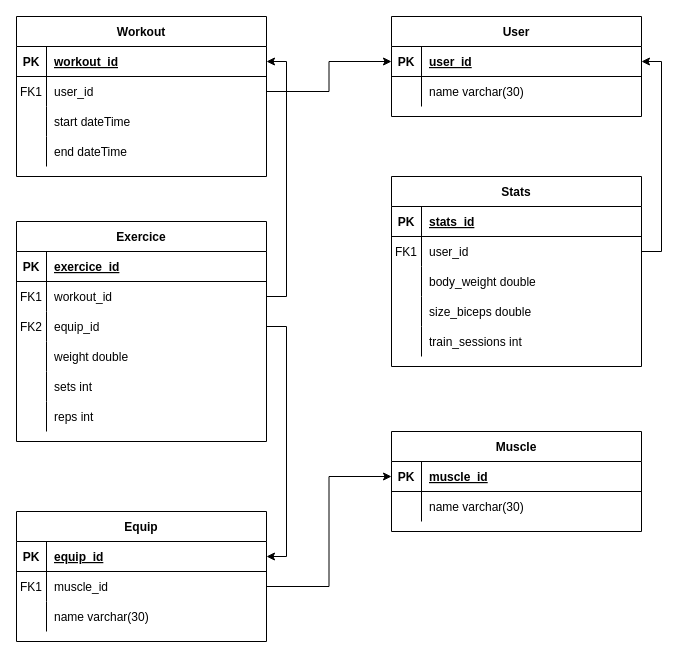
Before: fitty.drawio in floriangramsch/Fitty, a draw.io diagram. Source tidied: cells renumbered, new cells numbered last; positions are measured from the earlier drawing's top-left corner, leaving out a move shared by most shapes. Both pictures are drawn from the tidied source at 100%, with x=0, y=0 at pixel (16, 16).
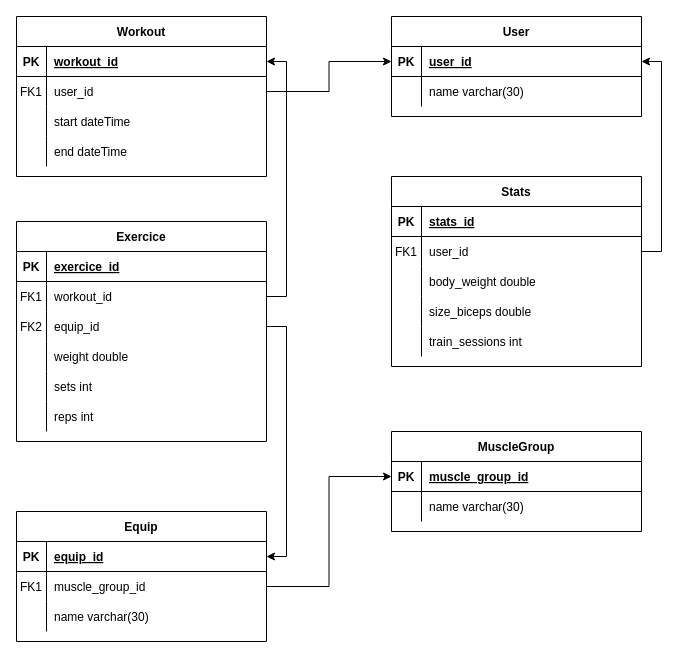
The same diagram, later.

The change refers to these unchanged cells:
```xml
<mxCell id="6" style="shape=partialRectangle;fillColor=none;points=[[0,0.5],[1,0.5]];portConstraint=eastwest;top=0;left=0;right=0;bottom=0;" parent="2" vertex="1">
  <mxGeometry y="60" width="250" height="30" as="geometry" />
</mxCell>
<mxCell id="73" style="shape=partialRectangle;fillColor=none;points=[[0,0.5],[1,0.5]];portConstraint=eastwest;top=0;left=0;right=0;bottom=1;" parent="72" vertex="1">
  <mxGeometry y="30" width="250" height="30" as="geometry" />
</mxCell>
```

The edit, as a diff of the source:
```diff
@@
-    <mxCell id="8" value="muscle_id" style="shape=partialRectangle;overflow=hidden;fillColor=none;top=0;left=0;bottom=0;right=0;align=left;spacingLeft=6;" parent="6" vertex="1">
+    <mxCell id="8" value="muscle_group_id" style="shape=partialRectangle;overflow=hidden;fillColor=none;top=0;left=0;bottom=0;right=0;align=left;spacingLeft=6;" parent="6" vertex="1">
       <mxGeometry x="30" width="220" height="30" as="geometry" />
     </mxCell>
@@
-    <mxCell id="72" value="Muscle" style="shape=table;startSize=30;childLayout=tableLayout;rowLines=0;fontStyle=1;align=center;" parent="1" vertex="1">
+    <mxCell id="72" value="MuscleGroup" style="shape=table;startSize=30;childLayout=tableLayout;rowLines=0;fontStyle=1;align=center;" parent="1" vertex="1">
       <mxGeometry x="375" y="415" width="250" height="100" as="geometry" />
     </mxCell>
@@
-    <mxCell id="75" value="muscle_id" style="shape=partialRectangle;overflow=hidden;fillColor=none;top=0;left=0;bottom=0;right=0;align=left;spacingLeft=6;fontStyle=5;" parent="73" vertex="1">
+    <mxCell id="75" value="muscle_group_id" style="shape=partialRectangle;overflow=hidden;fillColor=none;top=0;left=0;bottom=0;right=0;align=left;spacingLeft=6;fontStyle=5;" parent="73" vertex="1">
       <mxGeometry x="30" width="220" height="30" as="geometry" />
     </mxCell>
```
